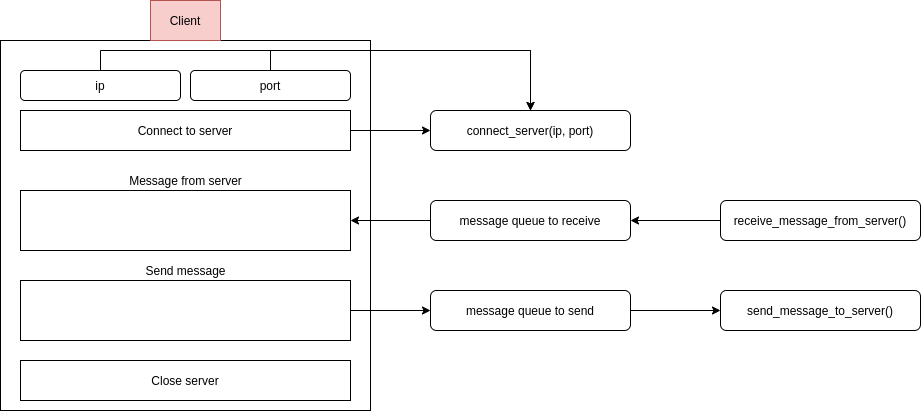
Above: Chatting Bot Gui/diagrams/gui_client.png in seonwoo960000/skill_stack (draw.io), before the change. Source tidied: cells renumbered, new cells last; positions are measured from the earlier drawing's top-left corner, leaving out a move shared by most shapes.
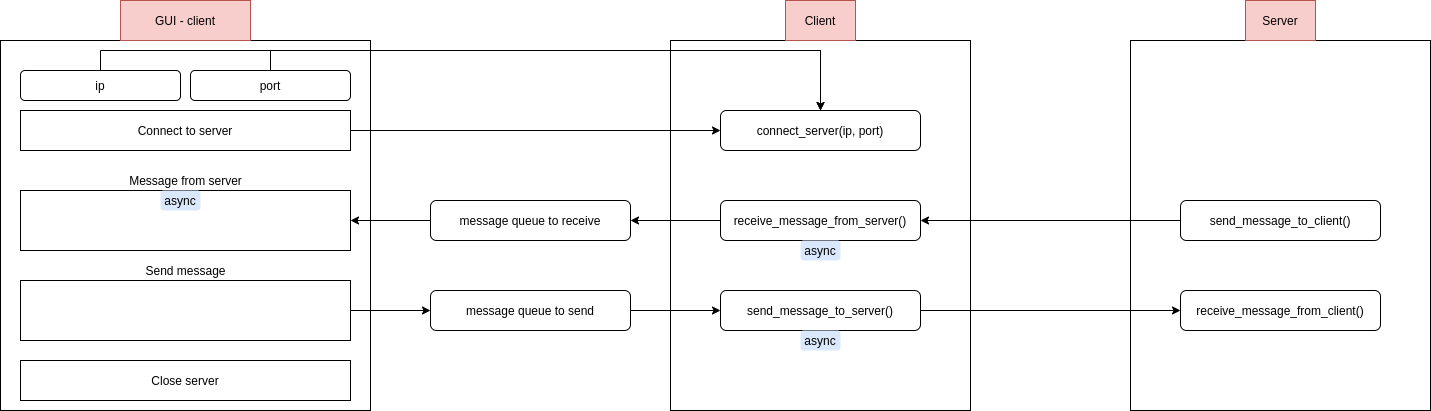
Later version of the same file.

Change to the diagram source:
```diff
@@ -2,11 +2,17 @@
   <root>
     <mxCell id="0" />
     <mxCell id="1" parent="0" />
+    <mxCell id="24" style="rounded=0;whiteSpace=wrap;html=1;" parent="1" vertex="1">
+      <mxGeometry x="1130" y="40" width="300" height="370" as="geometry" />
+    </mxCell>
+    <mxCell id="25" style="rounded=0;whiteSpace=wrap;html=1;" parent="1" vertex="1">
+      <mxGeometry x="670" y="40" width="300" height="370" as="geometry" />
+    </mxCell>
     <mxCell id="2" style="whiteSpace=wrap;html=1;" parent="1" vertex="1">
       <mxGeometry y="40" width="370" height="370" as="geometry" />
     </mxCell>
-    <mxCell id="3" value="Client" style="text;html=1;strokeColor=#b85450;fillColor=#f8cecc;align=center;verticalAlign=middle;whiteSpace=wrap;rounded=0;" parent="1" vertex="1">
-      <mxGeometry x="150" width="70" height="40" as="geometry" />
+    <mxCell id="3" value="GUI - client" style="text;html=1;strokeColor=#b85450;fillColor=#f8cecc;align=center;verticalAlign=middle;whiteSpace=wrap;rounded=0;" parent="1" vertex="1">
+      <mxGeometry x="120" width="130" height="40" as="geometry" />
     </mxCell>
     <mxCell id="4" style="edgeStyle=orthogonalEdgeStyle;rounded=0;jettySize=auto;html=1;exitX=1;exitY=0.5;exitDx=0;exitDy=0;" parent="1" edge="1" source="5" target="16">
       <mxGeometry relative="1" as="geometry" />
@@ -45,7 +51,7 @@
       <mxGeometry x="20" y="280" width="330" height="60" as="geometry" />
     </mxCell>
     <mxCell id="16" value="connect_server(ip, port)" style="rounded=1;whiteSpace=wrap;html=1;" parent="1" vertex="1">
-      <mxGeometry x="430" y="110" width="200" height="40" as="geometry" />
+      <mxGeometry x="720" y="110" width="200" height="40" as="geometry" />
     </mxCell>
     <mxCell id="17" style="edgeStyle=orthogonalEdgeStyle;rounded=0;jettySize=auto;html=1;entryX=1;entryY=0.5;entryDx=0;entryDy=0;" parent="1" edge="1" source="18" target="11">
       <mxGeometry relative="1" as="geometry" />
@@ -53,7 +59,7 @@
     <mxCell id="18" value="message queue to receive" style="rounded=1;whiteSpace=wrap;html=1;" parent="1" vertex="1">
       <mxGeometry x="430" y="200" width="200" height="40" as="geometry" />
     </mxCell>
-    <mxCell id="19" style="edgeStyle=orthogonalEdgeStyle;rounded=0;jettySize=auto;html=1;exitX=1;exitY=0.5;exitDx=0;exitDy=0;entryX=0;entryY=0.5;entryDx=0;entryDy=0;" parent="1" edge="1" source="20" target="23">
+    <mxCell id="19" style="edgeStyle=orthogonalEdgeStyle;rounded=0;jettySize=auto;html=1;exitX=1;exitY=0.5;exitDx=0;exitDy=0;" parent="1" edge="1" source="20" target="23">
       <mxGeometry relative="1" as="geometry" />
     </mxCell>
     <mxCell id="20" value="message queue to send" style="rounded=1;whiteSpace=wrap;html=1;" parent="1" vertex="1">
@@ -65,8 +71,35 @@
     <mxCell id="22" value="receive_message_from_server()" style="rounded=1;whiteSpace=wrap;html=1;" parent="1" vertex="1">
       <mxGeometry x="720" y="200" width="200" height="40" as="geometry" />
     </mxCell>
+    <mxCell id="26" style="edgeStyle=orthogonalEdgeStyle;rounded=0;jettySize=auto;html=1;exitX=1;exitY=0.5;exitDx=0;exitDy=0;entryX=0;entryY=0.5;entryDx=0;entryDy=0;" parent="1" edge="1" source="23" target="30">
+      <mxGeometry relative="1" as="geometry" />
+    </mxCell>
     <mxCell id="23" value="send_message_to_server()" style="rounded=1;whiteSpace=wrap;html=1;" parent="1" vertex="1">
       <mxGeometry x="720" y="290" width="200" height="40" as="geometry" />
     </mxCell>
+    <mxCell id="27" value="Client" style="text;html=1;strokeColor=#b85450;fillColor=#f8cecc;align=center;verticalAlign=middle;whiteSpace=wrap;rounded=0;" parent="1" vertex="1">
+      <mxGeometry x="785" width="70" height="40" as="geometry" />
+    </mxCell>
+    <mxCell id="28" style="edgeStyle=orthogonalEdgeStyle;rounded=0;jettySize=auto;html=1;exitX=0;exitY=0.5;exitDx=0;exitDy=0;" parent="1" edge="1" source="29" target="22">
+      <mxGeometry relative="1" as="geometry" />
+    </mxCell>
+    <mxCell id="29" value="send_message_to_client()" style="rounded=1;whiteSpace=wrap;html=1;" parent="1" vertex="1">
+      <mxGeometry x="1180" y="200" width="200" height="40" as="geometry" />
+    </mxCell>
+    <mxCell id="30" value="receive_message_from_client()" style="rounded=1;whiteSpace=wrap;html=1;" parent="1" vertex="1">
+      <mxGeometry x="1180" y="290" width="200" height="40" as="geometry" />
+    </mxCell>
+    <mxCell id="31" value="Server" style="text;html=1;strokeColor=#b85450;fillColor=#f8cecc;align=center;verticalAlign=middle;whiteSpace=wrap;rounded=0;" parent="1" vertex="1">
+      <mxGeometry x="1245" width="70" height="40" as="geometry" />
+    </mxCell>
+    <mxCell id="32" value="async" style="rounded=1;whiteSpace=wrap;html=1;fillColor=#dae8fc;strokeColor=none;" parent="1" vertex="1">
+      <mxGeometry x="800" y="240" width="40" height="20" as="geometry" />
+    </mxCell>
+    <mxCell id="33" value="async" style="rounded=1;whiteSpace=wrap;html=1;fillColor=#dae8fc;strokeColor=none;" parent="1" vertex="1">
+      <mxGeometry x="800" y="330" width="40" height="20" as="geometry" />
+    </mxCell>
+    <mxCell id="34" value="async" style="rounded=1;whiteSpace=wrap;html=1;fillColor=#dae8fc;strokeColor=none;" parent="1" vertex="1">
+      <mxGeometry x="160" y="190" width="40" height="20" as="geometry" />
+    </mxCell>
   </root>
 </mxGraphModel>
```
